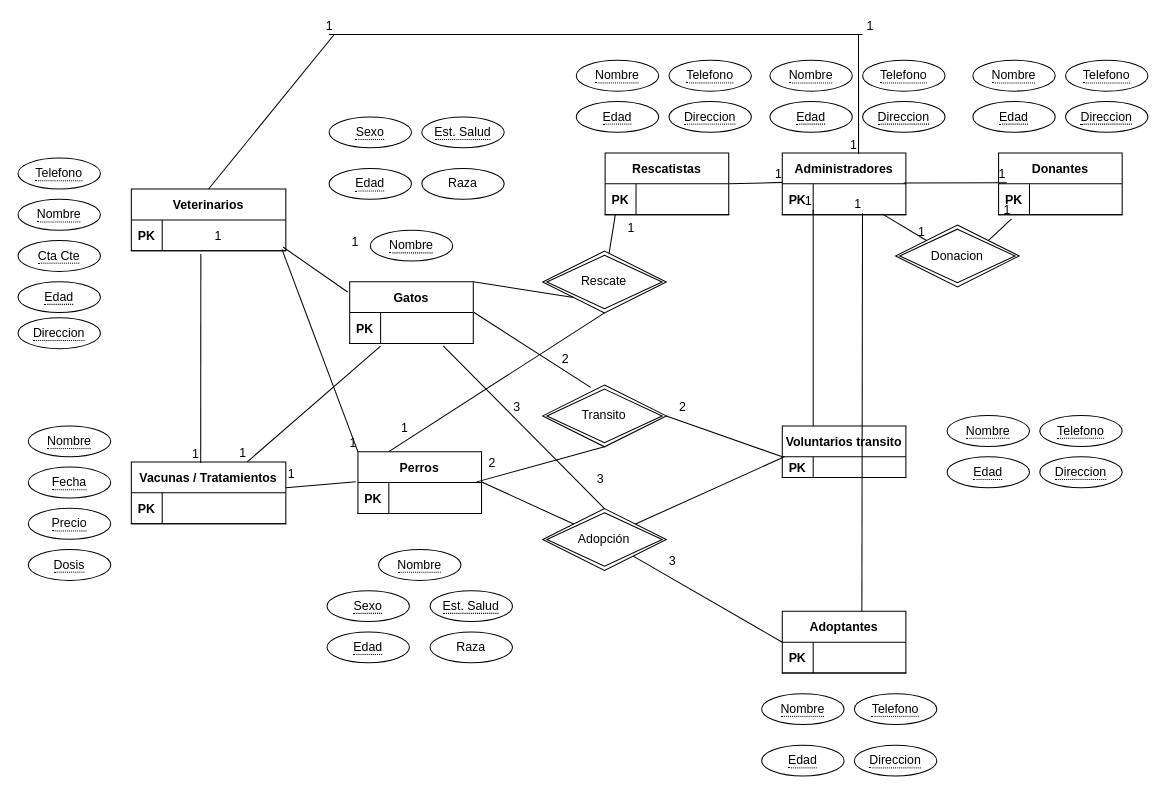
Dfrugone/ITFS-4 keeps this draw.io diagram as Diagrama sin título.drawio. Above is the earlier version. Source tidied: cells renumbered, new cells numbered last; positions are measured from the earlier drawing's top-left corner, leaving out a move shared by most shapes. Both pictures are drawn from the tidied source at 103%, with x=0, y=0 at pixel (18, 34).
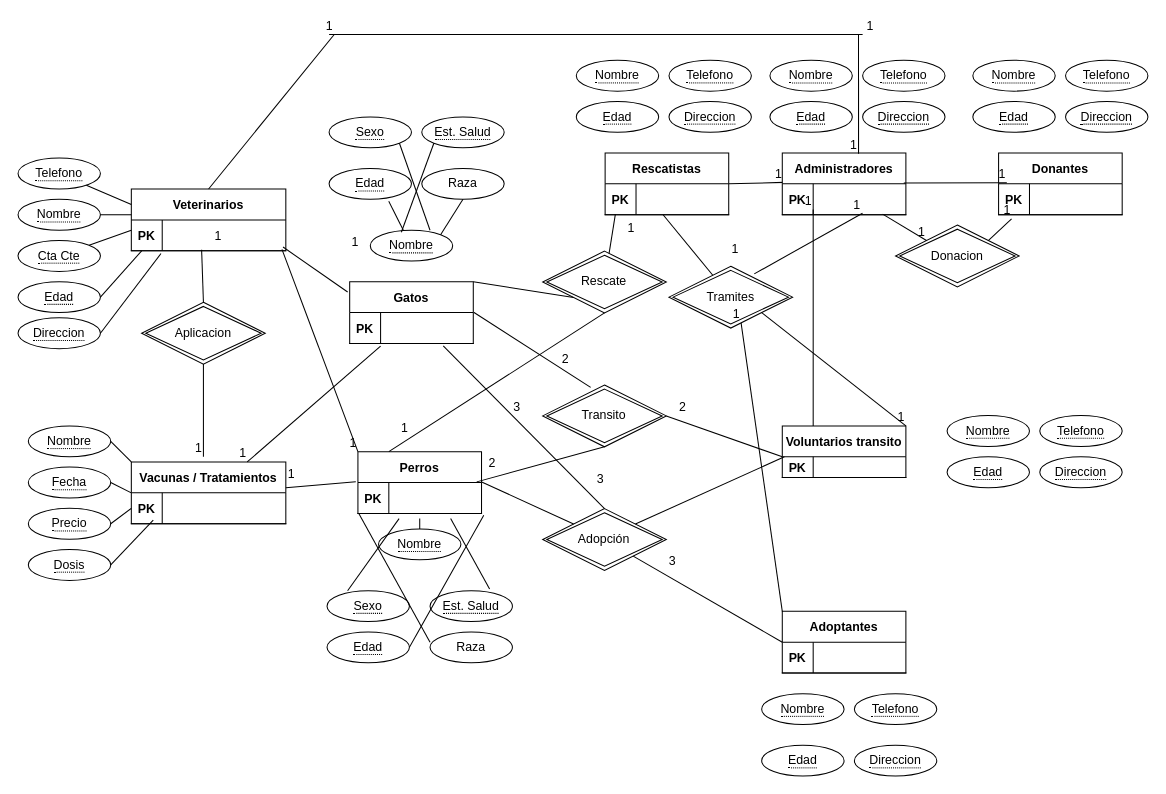
After the change.

Unchanged cells that the change refers to:
```xml
<mxCell id="3" style="shape=partialRectangle;fillColor=none;points=[[0,0.5],[1,0.5]];portConstraint=eastwest;top=0;left=0;right=0;bottom=1;" parent="2" vertex="1">
<mxCell id="10" value="&lt;span style=&quot;border-bottom: 1px dotted&quot;&gt;Nombre&lt;/span&gt;" style="ellipse;whiteSpace=wrap;html=1;align=center;" parent="1" vertex="1">
<mxCell id="11" value="&lt;span style=&quot;border-bottom: 1px dotted&quot;&gt;Edad&lt;/span&gt;" style="ellipse;whiteSpace=wrap;html=1;align=center;" parent="1" vertex="1">
<mxCell id="13" style="shape=partialRectangle;fillColor=none;points=[[0,0.5],[1,0.5]];portConstraint=eastwest;top=0;left=0;right=0;bottom=1;" parent="12" vertex="1">
<mxCell id="16" value="Raza" style="ellipse;whiteSpace=wrap;html=1;align=center;" parent="1" vertex="1">
<mxCell id="17" value="&lt;span style=&quot;border-bottom: 1px dotted&quot;&gt;Sexo&lt;/span&gt;" style="ellipse;whiteSpace=wrap;html=1;align=center;" parent="1" vertex="1">
<mxCell id="18" value="Voluntarios transito" style="shape=table;startSize=30;childLayout=tableLayout;rowLines=0;fontStyle=1;align=center;" parent="1" vertex="1">
<mxCell id="22" value="Adoptantes" style="shape=table;startSize=30;childLayout=tableLayout;rowLines=0;fontStyle=1;align=center;" parent="1" vertex="1">
<mxCell id="27" value="&lt;span style=&quot;border-bottom: 1px dotted&quot;&gt;Est. Salud&lt;/span&gt;" style="ellipse;whiteSpace=wrap;html=1;align=center;" parent="1" vertex="1">
<mxCell id="34" value="&lt;span style=&quot;border-bottom: 1px dotted&quot;&gt;Sexo&lt;/span&gt;" style="ellipse;whiteSpace=wrap;html=1;align=center;" parent="1" vertex="1">
<mxCell id="36" value="&lt;span style=&quot;border-bottom: 1px dotted&quot;&gt;Est. Salud&lt;/span&gt;" style="ellipse;whiteSpace=wrap;html=1;align=center;" parent="1" vertex="1">
<mxCell id="37" value="&lt;span style=&quot;border-bottom: 1px dotted&quot;&gt;Edad&lt;/span&gt;" style="ellipse;whiteSpace=wrap;html=1;align=center;" parent="1" vertex="1">
<mxCell id="67" value="Vacunas / Tratamientos" style="shape=table;startSize=30;childLayout=tableLayout;rowLines=0;fontStyle=1;align=center;" parent="1" vertex="1">
<mxCell id="68" style="shape=partialRectangle;fillColor=none;points=[[0,0.5],[1,0.5]];portConstraint=eastwest;top=0;left=0;right=0;bottom=1;" parent="67" vertex="1">
<mxCell id="82" style="shape=partialRectangle;fillColor=none;points=[[0,0.5],[1,0.5]];portConstraint=eastwest;top=0;left=0;right=0;bottom=1;" parent="81" vertex="1">
<mxCell id="95" value="&lt;span style=&quot;border-bottom: 1px dotted&quot;&gt;Nombre&lt;/span&gt;" style="ellipse;whiteSpace=wrap;html=1;align=center;" parent="1" vertex="1">
<mxCell id="96" value="&lt;span style=&quot;border-bottom: 1px dotted&quot;&gt;Fecha&lt;/span&gt;" style="ellipse;whiteSpace=wrap;html=1;align=center;" parent="1" vertex="1">
<mxCell id="97" value="&lt;span style=&quot;border-bottom: 1px dotted&quot;&gt;Precio&lt;/span&gt;" style="ellipse;whiteSpace=wrap;html=1;align=center;" parent="1" vertex="1">
<mxCell id="98" value="&lt;span style=&quot;border-bottom: 1px dotted&quot;&gt;Dosis&lt;/span&gt;" style="ellipse;whiteSpace=wrap;html=1;align=center;" parent="1" vertex="1">
<mxCell id="108" value="Veterinarios" style="shape=table;startSize=30;childLayout=tableLayout;rowLines=0;fontStyle=1;align=center;" parent="1" vertex="1">
<mxCell id="109" style="shape=partialRectangle;fillColor=none;points=[[0,0.5],[1,0.5]];portConstraint=eastwest;top=0;left=0;right=0;bottom=1;" parent="108" vertex="1">
<mxCell id="120" value="&lt;span style=&quot;border-bottom: 1px dotted&quot;&gt;Nombre&lt;/span&gt;" style="ellipse;whiteSpace=wrap;html=1;align=center;" parent="1" vertex="1">
<mxCell id="121" value="&lt;span style=&quot;border-bottom: 1px dotted&quot;&gt;Edad&lt;/span&gt;" style="ellipse;whiteSpace=wrap;html=1;align=center;" parent="1" vertex="1">
<mxCell id="122" value="&lt;span style=&quot;border-bottom: 1px dotted&quot;&gt;Telefono&lt;/span&gt;" style="ellipse;whiteSpace=wrap;html=1;align=center;" parent="1" vertex="1">
<mxCell id="123" value="&lt;span style=&quot;border-bottom: 1px dotted&quot;&gt;Direccion&lt;/span&gt;" style="ellipse;whiteSpace=wrap;html=1;align=center;" parent="1" vertex="1">
<mxCell id="125" value="&lt;span style=&quot;border-bottom: 1px dotted&quot;&gt;Cta Cte&lt;/span&gt;" style="ellipse;whiteSpace=wrap;html=1;align=center;" parent="1" vertex="1">
```

Diff of the diagram source:
```diff
@@
     <mxCell id="35" value="&lt;span style=&quot;border-bottom: 1px dotted&quot;&gt;Nombre&lt;/span&gt;" style="ellipse;whiteSpace=wrap;html=1;align=center;" parent="1" vertex="1">
-      <mxGeometry x="350" y="500" width="80" height="30" as="geometry" />
+      <mxGeometry x="350" y="480" width="80" height="30" as="geometry" />
     </mxCell>
@@
-    <mxCell id="101" style="endArrow=none;html=1;rounded=0;fontSize=12;startSize=8;endSize=8;curved=1;exitX=0.644;exitY=0.001;exitDx=0;exitDy=0;exitPerimeter=0;entryX=0.649;entryY=0.949;entryDx=0;entryDy=0;entryPerimeter=0;" parent="1" edge="1" source="22" target="82">
+    <mxCell id="101" style="endArrow=none;html=1;rounded=0;fontSize=12;startSize=8;endSize=8;curved=1;exitX=0.69;exitY=0.124;exitDx=0;exitDy=0;entryX=0.649;entryY=0.949;entryDx=0;entryDy=0;entryPerimeter=0;exitPerimeter=0;" parent="1" edge="1" source="145" target="82">
       <mxGeometry relative="1" as="geometry" />
     </mxCell>
@@
-    <mxCell id="116" style="endArrow=none;html=1;rounded=0;fontSize=12;startSize=8;endSize=8;curved=1;exitX=0.45;exitY=1.105;exitDx=0;exitDy=0;exitPerimeter=0;entryX=0.449;entryY=0.017;entryDx=0;entryDy=0;entryPerimeter=0;" parent="1" edge="1" source="109" target="67">
-      <mxGeometry relative="1" as="geometry" />
+    <mxCell id="116" style="endArrow=none;html=1;rounded=0;fontSize=12;startSize=8;endSize=8;curved=1;exitX=0.5;exitY=1;exitDx=0;exitDy=0;" parent="1" edge="1" source="141">
+      <mxGeometry relative="1" as="geometry">
+        <mxPoint x="180" y="410" as="targetPoint" />
+      </mxGeometry>
     </mxCell>
@@
+    <mxCell id="130" style="endArrow=none;html=1;rounded=0;entryX=0;entryY=0.25;entryDx=0;entryDy=0;" parent="1" edge="1" source="122" target="108">
+      <mxGeometry relative="1" as="geometry" />
+    </mxCell>
+    <mxCell id="131" style="endArrow=none;html=1;rounded=0;exitX=1;exitY=0.5;exitDx=0;exitDy=0;" parent="1" edge="1" source="120">
+      <mxGeometry relative="1" as="geometry">
+        <mxPoint x="110" y="175" as="targetPoint" />
+      </mxGeometry>
+    </mxCell>
+    <mxCell id="132" style="endArrow=none;html=1;rounded=0;" parent="1" edge="1" source="125">
+      <mxGeometry relative="1" as="geometry">
+        <mxPoint x="110" y="190" as="targetPoint" />
+      </mxGeometry>
+    </mxCell>
+    <mxCell id="133" style="endArrow=none;html=1;rounded=0;exitX=1;exitY=0.5;exitDx=0;exitDy=0;entryX=0.067;entryY=1;entryDx=0;entryDy=0;entryPerimeter=0;" parent="1" edge="1" source="121" target="109">
+      <mxGeometry relative="1" as="geometry" />
+    </mxCell>
+    <mxCell id="134" style="endArrow=none;html=1;rounded=0;exitX=1;exitY=0.5;exitDx=0;exitDy=0;entryX=0.192;entryY=1.088;entryDx=0;entryDy=0;entryPerimeter=0;" parent="1" edge="1" source="123" target="109">
+      <mxGeometry relative="1" as="geometry" />
+    </mxCell>
+    <mxCell id="135" style="endArrow=none;html=1;rounded=0;entryX=0;entryY=0;entryDx=0;entryDy=0;exitX=1;exitY=0.5;exitDx=0;exitDy=0;" parent="1" edge="1" source="95" target="67">
+      <mxGeometry relative="1" as="geometry" />
+    </mxCell>
+    <mxCell id="136" style="endArrow=none;html=1;rounded=0;entryX=0;entryY=0.5;entryDx=0;entryDy=0;exitX=1;exitY=0.5;exitDx=0;exitDy=0;" parent="1" edge="1" source="96" target="67">
+      <mxGeometry relative="1" as="geometry" />
+    </mxCell>
+    <mxCell id="137" style="endArrow=none;html=1;rounded=0;exitX=1;exitY=0.5;exitDx=0;exitDy=0;" parent="1" edge="1" source="97">
+      <mxGeometry relative="1" as="geometry">
+        <mxPoint x="110" y="460" as="targetPoint" />
+      </mxGeometry>
+    </mxCell>
+    <mxCell id="138" style="endArrow=none;html=1;rounded=0;exitX=1;exitY=0.5;exitDx=0;exitDy=0;entryX=0.142;entryY=0.882;entryDx=0;entryDy=0;entryPerimeter=0;" parent="1" edge="1" source="98" target="68">
+      <mxGeometry relative="1" as="geometry" />
+    </mxCell>
+    <mxCell id="139" style="endArrow=none;html=1;rounded=0;fontSize=12;startSize=8;endSize=8;curved=1;exitX=0.724;exitY=1.061;exitDx=0;exitDy=0;exitPerimeter=0;entryX=0.401;entryY=0.002;entryDx=0;entryDy=0;entryPerimeter=0;" parent="1" edge="1" source="11" target="10">
+      <mxGeometry relative="1" as="geometry" />
+    </mxCell>
+    <mxCell id="140" style="endArrow=none;html=1;rounded=0;fontSize=12;startSize=8;endSize=8;curved=1;exitX=0.455;exitY=0.963;exitDx=0;exitDy=0;exitPerimeter=0;entryX=0.5;entryY=0;entryDx=0;entryDy=0;" parent="1" edge="1" source="109" target="141">
+      <mxGeometry relative="1" as="geometry" />
+    </mxCell>
+    <mxCell id="141" value="Aplicacion" style="shape=rhombus;double=1;perimeter=rhombusPerimeter;whiteSpace=wrap;html=1;align=center;" parent="1" vertex="1">
+      <mxGeometry x="120" y="260" width="120" height="60" as="geometry" />
+    </mxCell>
+    <mxCell id="142" style="endArrow=none;html=1;rounded=0;fontSize=12;startSize=8;endSize=8;curved=1;exitX=0.5;exitY=1;exitDx=0;exitDy=0;entryX=1;entryY=0;entryDx=0;entryDy=0;" parent="1" edge="1" source="16" target="10">
+      <mxGeometry relative="1" as="geometry" />
+    </mxCell>
+    <mxCell id="143" style="endArrow=none;html=1;rounded=0;fontSize=12;startSize=8;endSize=8;curved=1;exitX=1;exitY=1;exitDx=0;exitDy=0;entryX=0.725;entryY=0;entryDx=0;entryDy=0;entryPerimeter=0;" parent="1" edge="1" source="17" target="10">
+      <mxGeometry relative="1" as="geometry" />
+    </mxCell>
+    <mxCell id="144" style="endArrow=none;html=1;rounded=0;fontSize=12;startSize=8;endSize=8;curved=1;exitX=0;exitY=1;exitDx=0;exitDy=0;entryX=0.377;entryY=0.065;entryDx=0;entryDy=0;entryPerimeter=0;" parent="1" edge="1" source="27" target="10">
+      <mxGeometry relative="1" as="geometry" />
+    </mxCell>
+    <mxCell id="145" value="Tramites" style="shape=rhombus;double=1;perimeter=rhombusPerimeter;whiteSpace=wrap;html=1;align=center;" parent="1" vertex="1">
+      <mxGeometry x="632" y="225" width="120" height="60" as="geometry" />
+    </mxCell>
+    <mxCell id="146" style="endArrow=none;html=1;rounded=0;fontSize=12;startSize=8;endSize=8;curved=1;exitX=1;exitY=1;exitDx=0;exitDy=0;entryX=1;entryY=0;entryDx=0;entryDy=0;" parent="1" edge="1" source="145" target="18">
+      <mxGeometry relative="1" as="geometry" />
+    </mxCell>
+    <mxCell id="147" value="1" style="html=1;whiteSpace=wrap;align=right;verticalAlign=bottom;" parent="146" vertex="1">
+      <mxGeometry x="1" relative="1" as="geometry" />
+    </mxCell>
+    <mxCell id="148" style="endArrow=none;html=1;rounded=0;fontSize=12;startSize=8;endSize=8;curved=1;exitX=0.469;exitY=1;exitDx=0;exitDy=0;exitPerimeter=0;" parent="1" edge="1" source="13" target="145">
+      <mxGeometry relative="1" as="geometry" />
+    </mxCell>
+    <mxCell id="149" value="1" style="html=1;whiteSpace=wrap;align=right;verticalAlign=bottom;" parent="148" vertex="1">
+      <mxGeometry x="1" relative="1" as="geometry">
+        <mxPoint x="26" y="-17" as="offset" />
+      </mxGeometry>
+    </mxCell>
+    <mxCell id="150" style="endArrow=none;html=1;rounded=0;fontSize=12;startSize=8;endSize=8;curved=1;exitX=0;exitY=0;exitDx=0;exitDy=0;" parent="1" edge="1" source="22">
+      <mxGeometry relative="1" as="geometry">
+        <mxPoint x="702" y="280" as="targetPoint" />
+      </mxGeometry>
+    </mxCell>
+    <mxCell id="151" value="1" style="html=1;whiteSpace=wrap;align=right;verticalAlign=bottom;" parent="150" vertex="1">
+      <mxGeometry x="1" relative="1" as="geometry" />
+    </mxCell>
+    <mxCell id="152" style="endArrow=none;html=1;rounded=0;fontSize=12;startSize=8;endSize=8;curved=1;exitX=0.5;exitY=0;exitDx=0;exitDy=0;" parent="1" edge="1" source="35">
+      <mxGeometry relative="1" as="geometry">
+        <mxPoint x="390" y="470" as="targetPoint" />
+      </mxGeometry>
+    </mxCell>
+    <mxCell id="153" style="endArrow=none;html=1;rounded=0;fontSize=12;startSize=8;endSize=8;curved=1;entryX=0.75;entryY=1.167;entryDx=0;entryDy=0;entryPerimeter=0;exitX=0.723;exitY=-0.057;exitDx=0;exitDy=0;exitPerimeter=0;" parent="1" edge="1" source="36" target="3">
+      <mxGeometry relative="1" as="geometry" />
+    </mxCell>
+    <mxCell id="154" style="endArrow=none;html=1;rounded=0;fontSize=12;startSize=8;endSize=8;curved=1;entryX=0.333;entryY=1.167;entryDx=0;entryDy=0;entryPerimeter=0;exitX=0.25;exitY=0;exitDx=0;exitDy=0;exitPerimeter=0;" parent="1" edge="1" source="34" target="3">
+      <mxGeometry relative="1" as="geometry" />
+    </mxCell>
+    <mxCell id="155" style="endArrow=none;html=1;rounded=0;fontSize=12;startSize=8;endSize=8;curved=1;entryX=0.006;entryY=0.996;entryDx=0;entryDy=0;entryPerimeter=0;" parent="1" edge="1" target="3">
+      <mxGeometry relative="1" as="geometry">
+        <mxPoint x="400" y="590" as="sourcePoint" />
+      </mxGeometry>
+    </mxCell>
+    <mxCell id="156" style="endArrow=none;html=1;rounded=0;fontSize=12;startSize=8;endSize=8;curved=1;entryX=1.018;entryY=1.059;entryDx=0;entryDy=0;entryPerimeter=0;exitX=1;exitY=0.5;exitDx=0;exitDy=0;" parent="1" edge="1" source="37" target="3">
+      <mxGeometry relative="1" as="geometry" />
+    </mxCell>
```
